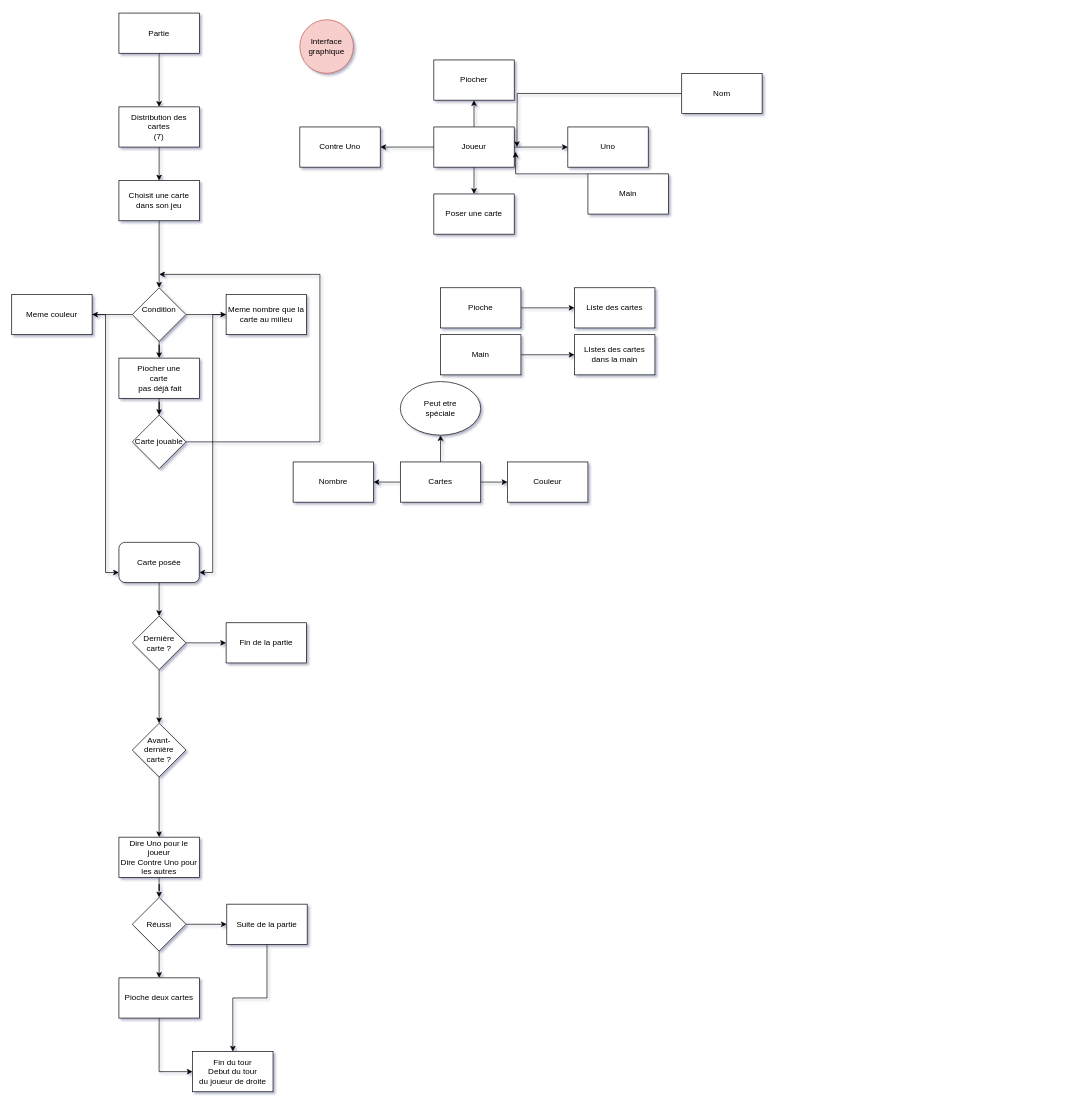
Earlier version of the draw.io diagram page "Page-1" (1 of 3) of uno_proyect.drawio (Nooguat/odin). Source tidied: cells renumbered, new cells numbered last; positions are measured from the earlier drawing's top-left corner, leaving out a move shared by most shapes. Both pictures are drawn from the tidied source at 67%, with x=0, y=0 at pixel (11, 13).
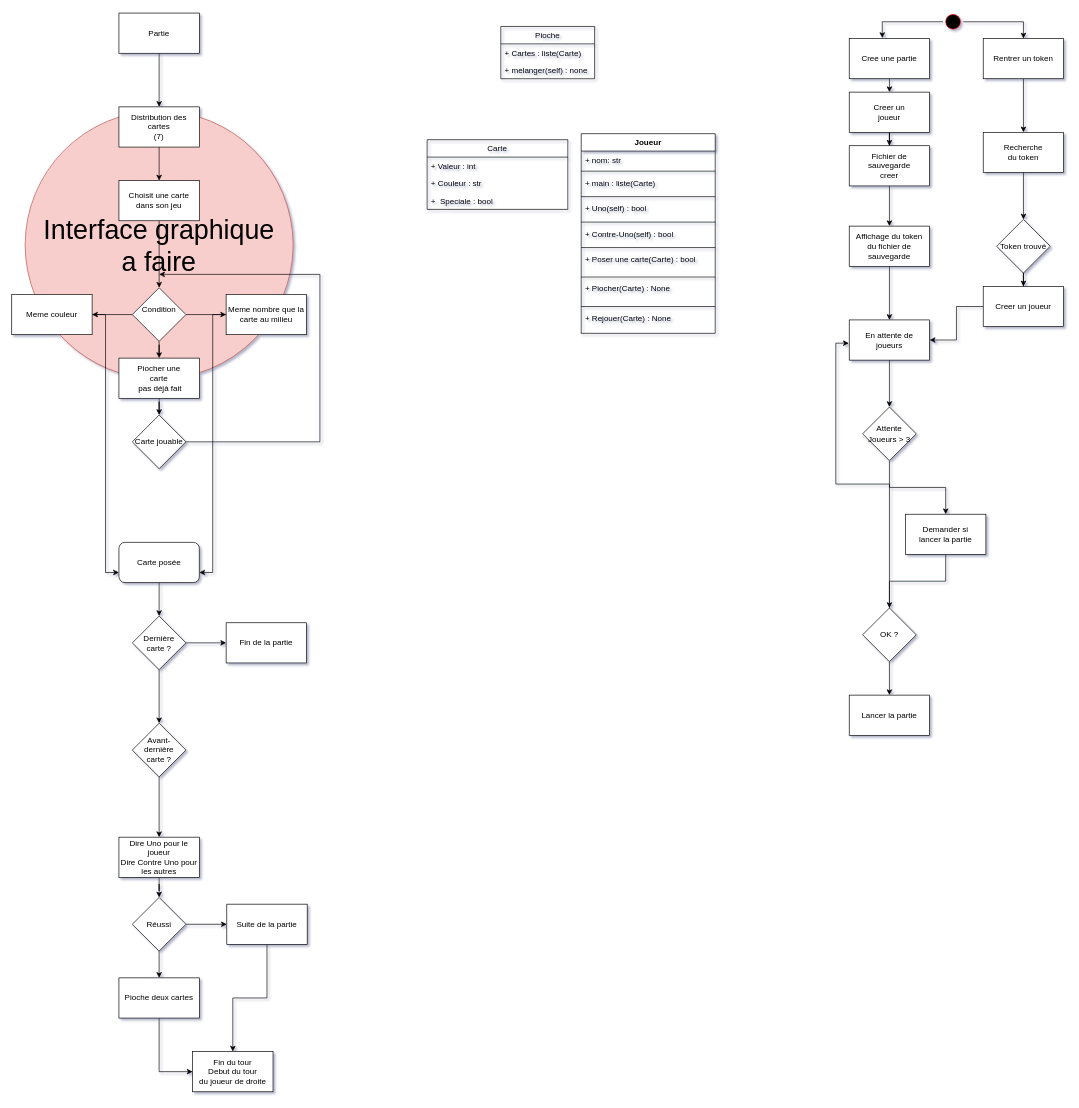
The same page after the edit.

Commit message:
update the draw io map

Diff of the diagram source:
```diff
@@
-    <mxCell id="2" style="edgeStyle=orthogonalEdgeStyle;rounded=0;jettySize=auto;html=1;" parent="1" edge="1" source="5" target="27">
-      <mxGeometry relative="1" as="geometry" />
-    </mxCell>
-    <mxCell id="3" style="edgeStyle=orthogonalEdgeStyle;rounded=0;jettySize=auto;html=1;" parent="1" edge="1" source="5" target="28">
-      <mxGeometry relative="1" as="geometry" />
-    </mxCell>
-    <mxCell id="4" style="edgeStyle=orthogonalEdgeStyle;rounded=0;jettySize=auto;html=1;" parent="1" edge="1" source="5" target="29">
-      <mxGeometry relative="1" as="geometry" />
-    </mxCell>
-    <mxCell id="5" value="&lt;div&gt;Cartes&lt;/div&gt;" style="rounded=0;whiteSpace=wrap;html=1;" parent="1" vertex="1">
-      <mxGeometry x="580" y="670" width="120" height="60" as="geometry" />
-    </mxCell>
-    <mxCell id="6" value="&lt;div&gt;Interface graphique&lt;/div&gt;" style="ellipse;whiteSpace=wrap;html=1;fillColor=#f8cecc;strokeColor=#b85450;" parent="1" vertex="1">
-      <mxGeometry x="430" y="10" width="80" height="80" as="geometry" />
+    <mxCell id="6" value="&lt;div&gt;&lt;font style=&quot;font-size: 40px&quot; color=&quot;#000000&quot;&gt;Interface graphique&lt;/font&gt;&lt;/div&gt;&lt;div&gt;&lt;font style=&quot;font-size: 40px&quot; color=&quot;#000000&quot;&gt;a faire&lt;/font&gt;&lt;/div&gt;" style="ellipse;whiteSpace=wrap;html=1;fillColor=#f8cecc;strokeColor=#b85450;" parent="1" vertex="1">
+      <mxGeometry x="20" y="146" width="400" height="400" as="geometry" />
     </mxCell>
@@
-    <mxCell id="27" value="&lt;div&gt;Peut etre &lt;br&gt;&lt;/div&gt;&lt;div&gt;spéciale&lt;/div&gt;" style="ellipse;whiteSpace=wrap;html=1;rounded=0;" parent="1" vertex="1">
-      <mxGeometry x="580" y="550" width="120" height="80" as="geometry" />
-    </mxCell>
-    <mxCell id="28" value="Nombre" style="whiteSpace=wrap;html=1;rounded=0;" parent="1" vertex="1">
-      <mxGeometry x="420" y="670" width="120" height="60" as="geometry" />
-    </mxCell>
-    <mxCell id="29" value="Couleur" style="whiteSpace=wrap;html=1;rounded=0;" parent="1" vertex="1">
-      <mxGeometry x="740" y="670" width="120" height="60" as="geometry" />
-    </mxCell>
-    <mxCell id="30" style="edgeStyle=orthogonalEdgeStyle;rounded=0;jettySize=auto;html=1;" parent="1" edge="1" source="34" target="35">
-      <mxGeometry relative="1" as="geometry" />
-    </mxCell>
-    <mxCell id="31" style="edgeStyle=orthogonalEdgeStyle;rounded=0;jettySize=auto;html=1;" parent="1" edge="1" source="34" target="36">
-      <mxGeometry relative="1" as="geometry" />
-    </mxCell>
-    <mxCell id="32" style="edgeStyle=orthogonalEdgeStyle;rounded=0;jettySize=auto;html=1;" parent="1" edge="1" source="34" target="37">
-      <mxGeometry relative="1" as="geometry" />
-    </mxCell>
-    <mxCell id="33" style="edgeStyle=orthogonalEdgeStyle;rounded=0;jettySize=auto;html=1;" parent="1" edge="1" source="34" target="38">
-      <mxGeometry relative="1" as="geometry" />
-    </mxCell>
-    <mxCell id="34" value="&lt;div&gt;Joueur&lt;/div&gt;" style="rounded=0;whiteSpace=wrap;html=1;" parent="1" vertex="1">
-      <mxGeometry x="630" y="170" width="120" height="60" as="geometry" />
-    </mxCell>
-    <mxCell id="35" value="&lt;div&gt;Poser une carte&lt;/div&gt;" style="whiteSpace=wrap;html=1;rounded=0;" parent="1" vertex="1">
-      <mxGeometry x="630" y="270" width="120" height="60" as="geometry" />
-    </mxCell>
-    <mxCell id="36" value="Piocher" style="whiteSpace=wrap;html=1;rounded=0;" parent="1" vertex="1">
-      <mxGeometry x="630" y="70" width="120" height="60" as="geometry" />
-    </mxCell>
-    <mxCell id="37" value="Uno" style="whiteSpace=wrap;html=1;rounded=0;" parent="1" vertex="1">
-      <mxGeometry x="830" y="170" width="120" height="60" as="geometry" />
-    </mxCell>
-    <mxCell id="38" value="Contre Uno" style="whiteSpace=wrap;html=1;rounded=0;" parent="1" vertex="1">
-      <mxGeometry x="430" y="170" width="120" height="60" as="geometry" />
-    </mxCell>
-    <mxCell id="39" style="edgeStyle=orthogonalEdgeStyle;rounded=0;jettySize=auto;html=1;" parent="1" edge="1" source="40" target="41">
-      <mxGeometry relative="1" as="geometry" />
-    </mxCell>
-    <mxCell id="40" value="Pioche" style="rounded=0;whiteSpace=wrap;html=1;" parent="1" vertex="1">
-      <mxGeometry x="640" y="410" width="120" height="60" as="geometry" />
-    </mxCell>
-    <mxCell id="41" value="&lt;div&gt;Liste des cartes&lt;/div&gt;" style="whiteSpace=wrap;html=1;rounded=0;" parent="1" vertex="1">
-      <mxGeometry x="840" y="410" width="120" height="60" as="geometry" />
-    </mxCell>
@@
-    <mxCell id="58" style="edgeStyle=orthogonalEdgeStyle;rounded=0;jettySize=auto;html=1;" parent="1" edge="1" source="59">
-      <mxGeometry relative="1" as="geometry">
-        <mxPoint x="754" y="200" as="targetPoint" />
-      </mxGeometry>
-    </mxCell>
-    <mxCell id="59" value="&lt;div&gt;Nom&lt;/div&gt;" style="rounded=0;whiteSpace=wrap;html=1;" parent="1" vertex="1">
-      <mxGeometry x="1000" y="90" width="120" height="60" as="geometry" />
-    </mxCell>
-    <mxCell id="60" style="edgeStyle=orthogonalEdgeStyle;rounded=0;jettySize=auto;html=1;entryX=1.017;entryY=0.617;entryDx=0;entryDy=0;entryPerimeter=0;" parent="1" edge="1" source="61" target="34">
-      <mxGeometry relative="1" as="geometry">
-        <Array as="points">
-          <mxPoint x="920" y="240" />
-          <mxPoint x="752" y="240" />
-        </Array>
-      </mxGeometry>
-    </mxCell>
-    <mxCell id="61" value="Main" style="rounded=0;whiteSpace=wrap;html=1;" parent="1" vertex="1">
-      <mxGeometry x="860" y="240" width="120" height="60" as="geometry" />
-    </mxCell>
-    <mxCell id="62" style="edgeStyle=orthogonalEdgeStyle;rounded=0;jettySize=auto;html=1;" parent="1" edge="1" source="63" target="64">
-      <mxGeometry relative="1" as="geometry" />
-    </mxCell>
-    <mxCell id="63" value="Main" style="rounded=0;whiteSpace=wrap;html=1;" parent="1" vertex="1">
-      <mxGeometry x="640" y="480" width="120" height="60" as="geometry" />
-    </mxCell>
-    <mxCell id="64" value="&lt;div&gt;LIstes des cartes &lt;br&gt;&lt;/div&gt;&lt;div&gt;dans la main&lt;br&gt;&lt;/div&gt;" style="whiteSpace=wrap;html=1;rounded=0;" parent="1" vertex="1">
-      <mxGeometry x="840" y="480" width="120" height="60" as="geometry" />
-    </mxCell>
+    <mxCell id="65" style="edgeStyle=orthogonalEdgeStyle;rounded=0;jettySize=auto;html=1;" parent="1" edge="1" source="66">
+      <mxGeometry relative="1" as="geometry">
+        <mxPoint x="1310" y="118" as="targetPoint" />
+      </mxGeometry>
+    </mxCell>
+    <mxCell id="66" value="&lt;div&gt;Cree une partie&lt;/div&gt;" style="rounded=0;whiteSpace=wrap;html=1;" parent="1" vertex="1">
+      <mxGeometry x="1250" y="38" width="120" height="60" as="geometry" />
+    </mxCell>
+    <mxCell id="67" style="edgeStyle=orthogonalEdgeStyle;rounded=0;jettySize=auto;html=1;entryX=0.411;entryY=-0.012;entryDx=0;entryDy=0;entryPerimeter=0;" parent="1" edge="1" source="69" target="66">
+      <mxGeometry relative="1" as="geometry" />
+    </mxCell>
+    <mxCell id="68" style="edgeStyle=orthogonalEdgeStyle;rounded=0;jettySize=auto;html=1;" parent="1" edge="1" source="69" target="71">
+      <mxGeometry relative="1" as="geometry" />
+    </mxCell>
+    <mxCell id="69" style="ellipse;html=1;shape=startState;fillColor=#000000;strokeColor=#ff0000;" parent="1" vertex="1">
+      <mxGeometry x="1390" y="-2" width="30" height="30" as="geometry" />
+    </mxCell>
+    <mxCell id="70" style="edgeStyle=orthogonalEdgeStyle;rounded=0;jettySize=auto;html=1;" parent="1" edge="1" source="71" target="77">
+      <mxGeometry relative="1" as="geometry" />
+    </mxCell>
+    <mxCell id="71" value="Rentrer un token" style="rounded=0;whiteSpace=wrap;html=1;" parent="1" vertex="1">
+      <mxGeometry x="1450" y="38" width="120" height="60" as="geometry" />
+    </mxCell>
+    <mxCell id="72" style="edgeStyle=orthogonalEdgeStyle;rounded=0;jettySize=auto;html=1;" parent="1" edge="1" source="73" target="75">
+      <mxGeometry relative="1" as="geometry" />
+    </mxCell>
+    <mxCell id="73" value="&lt;div&gt;Fichier de sauvegarde &lt;br&gt;&lt;/div&gt;&lt;div&gt;creer&lt;br&gt;&lt;/div&gt;" style="rounded=0;whiteSpace=wrap;html=1;" parent="1" vertex="1">
+      <mxGeometry x="1250" y="198" width="120" height="60" as="geometry" />
+    </mxCell>
+    <mxCell id="74" style="edgeStyle=orthogonalEdgeStyle;rounded=0;jettySize=auto;html=1;" parent="1" edge="1" source="75" target="79">
+      <mxGeometry relative="1" as="geometry" />
+    </mxCell>
+    <mxCell id="75" value="&lt;div&gt;Affichage du token&lt;/div&gt;&lt;div&gt;du fichier de &lt;br&gt;&lt;/div&gt;&lt;div&gt;sauvegarde&lt;br&gt;&lt;/div&gt;" style="whiteSpace=wrap;html=1;rounded=0;" parent="1" vertex="1">
+      <mxGeometry x="1250" y="318" width="120" height="60" as="geometry" />
+    </mxCell>
+    <mxCell id="76" style="edgeStyle=orthogonalEdgeStyle;rounded=0;jettySize=auto;html=1;" parent="1" edge="1" source="77" target="81">
+      <mxGeometry relative="1" as="geometry" />
+    </mxCell>
+    <mxCell id="77" value="&lt;div&gt;Recherche&lt;/div&gt;&lt;div&gt;du token&lt;br&gt;&lt;/div&gt;" style="whiteSpace=wrap;html=1;rounded=0;" parent="1" vertex="1">
+      <mxGeometry x="1450" y="178" width="120" height="60" as="geometry" />
+    </mxCell>
+    <mxCell id="78" style="edgeStyle=orthogonalEdgeStyle;rounded=0;jettySize=auto;html=1;" parent="1" edge="1" source="79" target="85">
+      <mxGeometry relative="1" as="geometry" />
+    </mxCell>
+    <mxCell id="79" value="&lt;div&gt;En attente de &lt;br&gt;&lt;/div&gt;&lt;div&gt;joueurs&lt;br&gt;&lt;/div&gt;" style="whiteSpace=wrap;html=1;rounded=0;" parent="1" vertex="1">
+      <mxGeometry x="1250" y="458" width="120" height="60" as="geometry" />
+    </mxCell>
+    <mxCell id="80" style="edgeStyle=orthogonalEdgeStyle;rounded=0;jettySize=auto;html=1;" parent="1" edge="1" source="81" target="83">
+      <mxGeometry relative="1" as="geometry" />
+    </mxCell>
+    <mxCell id="81" value="&lt;div&gt;Token trouvé&lt;/div&gt;" style="rhombus;whiteSpace=wrap;html=1;rounded=0;" parent="1" vertex="1">
+      <mxGeometry x="1470" y="308" width="80" height="80" as="geometry" />
+    </mxCell>
+    <mxCell id="82" style="edgeStyle=orthogonalEdgeStyle;rounded=0;jettySize=auto;html=1;entryX=1;entryY=0.5;entryDx=0;entryDy=0;" parent="1" edge="1" source="83" target="79">
+      <mxGeometry relative="1" as="geometry" />
+    </mxCell>
+    <mxCell id="83" value="Creer un joueur" style="whiteSpace=wrap;html=1;rounded=0;" parent="1" vertex="1">
+      <mxGeometry x="1450" y="408" width="120" height="60" as="geometry" />
+    </mxCell>
+    <mxCell id="84" style="edgeStyle=orthogonalEdgeStyle;rounded=0;jettySize=auto;html=1;" parent="1" edge="1" source="85" target="89">
+      <mxGeometry relative="1" as="geometry" />
+    </mxCell>
+    <mxCell id="85" value="&lt;div&gt;Attente&lt;/div&gt;&lt;div&gt;Joueurs &amp;gt; 3&lt;br&gt;&lt;/div&gt;" style="rhombus;whiteSpace=wrap;html=1;rounded=0;" parent="1" vertex="1">
+      <mxGeometry x="1270" y="588" width="80" height="80" as="geometry" />
+    </mxCell>
+    <mxCell id="86" style="edgeStyle=orthogonalEdgeStyle;rounded=0;jettySize=auto;html=1;" parent="1" edge="1" source="87" target="73">
+      <mxGeometry relative="1" as="geometry" />
+    </mxCell>
+    <mxCell id="87" value="&lt;div&gt;Creer un &lt;br&gt;&lt;/div&gt;&lt;div&gt;joueur&lt;br&gt;&lt;/div&gt;" style="rounded=0;whiteSpace=wrap;html=1;" parent="1" vertex="1">
+      <mxGeometry x="1250" y="118" width="120" height="60" as="geometry" />
+    </mxCell>
+    <mxCell id="88" style="edgeStyle=orthogonalEdgeStyle;rounded=0;jettySize=auto;html=1;" parent="1" edge="1" source="89" target="92">
+      <mxGeometry relative="1" as="geometry" />
+    </mxCell>
+    <mxCell id="89" value="&lt;div&gt;Demander si &lt;br&gt;&lt;/div&gt;&lt;div&gt;lancer la partie&lt;br&gt;&lt;/div&gt;" style="whiteSpace=wrap;html=1;rounded=0;" parent="1" vertex="1">
+      <mxGeometry x="1334" y="748" width="120" height="60" as="geometry" />
+    </mxCell>
+    <mxCell id="90" style="edgeStyle=orthogonalEdgeStyle;rounded=0;jettySize=auto;html=1;entryX=-0.005;entryY=0.578;entryDx=0;entryDy=0;entryPerimeter=0;" parent="1" edge="1" source="92" target="79">
+      <mxGeometry relative="1" as="geometry" />
+    </mxCell>
+    <mxCell id="91" style="edgeStyle=orthogonalEdgeStyle;rounded=0;jettySize=auto;html=1;" parent="1" edge="1" source="92" target="93">
+      <mxGeometry relative="1" as="geometry" />
+    </mxCell>
+    <mxCell id="92" value="OK ?" style="rhombus;whiteSpace=wrap;html=1;rounded=0;" parent="1" vertex="1">
+      <mxGeometry x="1270" y="888" width="80" height="80" as="geometry" />
+    </mxCell>
+    <mxCell id="93" value="&lt;div&gt;Lancer la partie&lt;/div&gt;" style="whiteSpace=wrap;html=1;rounded=0;" parent="1" vertex="1">
+      <mxGeometry x="1250" y="1018" width="120" height="60" as="geometry" />
+    </mxCell>
+    <mxCell id="94" value="Carte" style="swimlane;fontStyle=0;horizontal=1;startSize=26;fillColor=none;" parent="1" vertex="1">
+      <mxGeometry x="620" y="189" width="210" height="104" as="geometry" />
+    </mxCell>
+    <mxCell id="95" value="+ Valeur : int" style="text;strokeColor=none;fillColor=none;align=left;verticalAlign=top;spacingLeft=4;spacingRight=4;overflow=hidden;" parent="94" vertex="1">
+      <mxGeometry y="26" width="210" height="26" as="geometry" />
+    </mxCell>
+    <mxCell id="96" value="+ Couleur : str" style="text;strokeColor=none;fillColor=none;align=left;verticalAlign=top;spacingLeft=4;spacingRight=4;overflow=hidden;" parent="94" vertex="1">
+      <mxGeometry y="52" width="210" height="26" as="geometry" />
+    </mxCell>
+    <mxCell id="97" value="+  Speciale : bool" style="text;strokeColor=none;fillColor=none;align=left;verticalAlign=top;spacingLeft=4;spacingRight=4;overflow=hidden;" parent="94" vertex="1">
+      <mxGeometry y="78" width="210" height="26" as="geometry" />
+    </mxCell>
+    <mxCell id="34" value="Joueur" style="swimlane;fontStyle=1;align=center;verticalAlign=top;horizontal=1;startSize=26;" parent="1" vertex="1">
+      <mxGeometry x="850" y="180" width="200" height="298" as="geometry" />
+    </mxCell>
+    <mxCell id="98" value="+ nom: str" style="text;strokeColor=none;fillColor=none;align=left;verticalAlign=top;spacingLeft=4;spacingRight=4;overflow=hidden;" parent="34" vertex="1">
+      <mxGeometry y="26" width="200" height="26" as="geometry" />
+    </mxCell>
+    <mxCell id="99" style="line;strokeWidth=1;fillColor=none;align=left;verticalAlign=middle;spacingTop=-1;spacingLeft=3;spacingRight=3;labelPosition=right;" parent="34" vertex="1">
+      <mxGeometry y="52" width="200" height="8" as="geometry" />
+    </mxCell>
+    <mxCell id="100" value="+ main : liste(Carte)" style="text;strokeColor=none;fillColor=none;align=left;verticalAlign=top;spacingLeft=4;spacingRight=4;overflow=hidden;" parent="34" vertex="1">
+      <mxGeometry y="60" width="200" height="30" as="geometry" />
+    </mxCell>
+    <mxCell id="101" style="line;strokeWidth=1;fillColor=none;align=left;verticalAlign=middle;spacingTop=-1;spacingLeft=3;spacingRight=3;labelPosition=right;" parent="34" vertex="1">
+      <mxGeometry y="90" width="200" height="8" as="geometry" />
+    </mxCell>
+    <mxCell id="102" value="+ Uno(self) : bool" style="text;strokeColor=none;fillColor=none;align=left;verticalAlign=top;spacingLeft=4;spacingRight=4;overflow=hidden;" parent="34" vertex="1">
+      <mxGeometry y="98" width="200" height="30" as="geometry" />
+    </mxCell>
+    <mxCell id="103" style="line;strokeWidth=1;fillColor=none;align=left;verticalAlign=middle;spacingTop=-1;spacingLeft=3;spacingRight=3;labelPosition=right;" parent="34" vertex="1">
+      <mxGeometry y="128" width="200" height="8" as="geometry" />
+    </mxCell>
+    <mxCell id="104" value="+ Contre-Uno(self) : bool" style="text;strokeColor=none;fillColor=none;align=left;verticalAlign=top;spacingLeft=4;spacingRight=4;overflow=hidden;" parent="34" vertex="1">
+      <mxGeometry y="136" width="200" height="30" as="geometry" />
+    </mxCell>
+    <mxCell id="105" style="line;strokeWidth=1;fillColor=none;align=left;verticalAlign=middle;spacingTop=-1;spacingLeft=3;spacingRight=3;labelPosition=right;" parent="34" vertex="1">
+      <mxGeometry y="166" width="200" height="8" as="geometry" />
+    </mxCell>
+    <mxCell id="106" value="+ Poser une carte(Carte) : bool" style="text;strokeColor=none;fillColor=none;align=left;verticalAlign=top;spacingLeft=4;spacingRight=4;overflow=hidden;" parent="34" vertex="1">
+      <mxGeometry y="174" width="200" height="36" as="geometry" />
+    </mxCell>
+    <mxCell id="107" style="line;strokeWidth=1;fillColor=none;align=left;verticalAlign=middle;spacingTop=-1;spacingLeft=3;spacingRight=3;labelPosition=right;" parent="34" vertex="1">
+      <mxGeometry y="210" width="200" height="8" as="geometry" />
+    </mxCell>
+    <mxCell id="108" value="+ Piocher(Carte) : None" style="text;strokeColor=none;fillColor=none;align=left;verticalAlign=top;spacingLeft=4;spacingRight=4;overflow=hidden;" parent="34" vertex="1">
+      <mxGeometry y="218" width="200" height="36" as="geometry" />
+    </mxCell>
+    <mxCell id="109" style="line;strokeWidth=1;fillColor=none;align=left;verticalAlign=middle;spacingTop=-1;spacingLeft=3;spacingRight=3;labelPosition=right;" parent="34" vertex="1">
+      <mxGeometry y="254" width="200" height="8" as="geometry" />
+    </mxCell>
+    <mxCell id="110" value="+ Rejouer(Carte) : None" style="text;strokeColor=none;fillColor=none;align=left;verticalAlign=top;spacingLeft=4;spacingRight=4;overflow=hidden;" parent="34" vertex="1">
+      <mxGeometry y="262" width="200" height="36" as="geometry" />
+    </mxCell>
+    <mxCell id="40" value="Pioche" style="swimlane;fontStyle=0;horizontal=1;startSize=26;fillColor=none;" parent="1" vertex="1">
+      <mxGeometry x="730" y="20" width="140" height="78" as="geometry" />
+    </mxCell>
+    <mxCell id="111" value="+ Cartes : liste(Carte)" style="text;strokeColor=none;fillColor=none;align=left;verticalAlign=top;spacingLeft=4;spacingRight=4;overflow=hidden;" parent="40" vertex="1">
+      <mxGeometry y="26" width="140" height="26" as="geometry" />
+    </mxCell>
+    <mxCell id="112" value="+ melanger(self) : none" style="text;strokeColor=none;fillColor=none;align=left;verticalAlign=top;spacingLeft=4;spacingRight=4;overflow=hidden;" parent="40" vertex="1">
+      <mxGeometry y="52" width="140" height="26" as="geometry" />
+    </mxCell>
```
